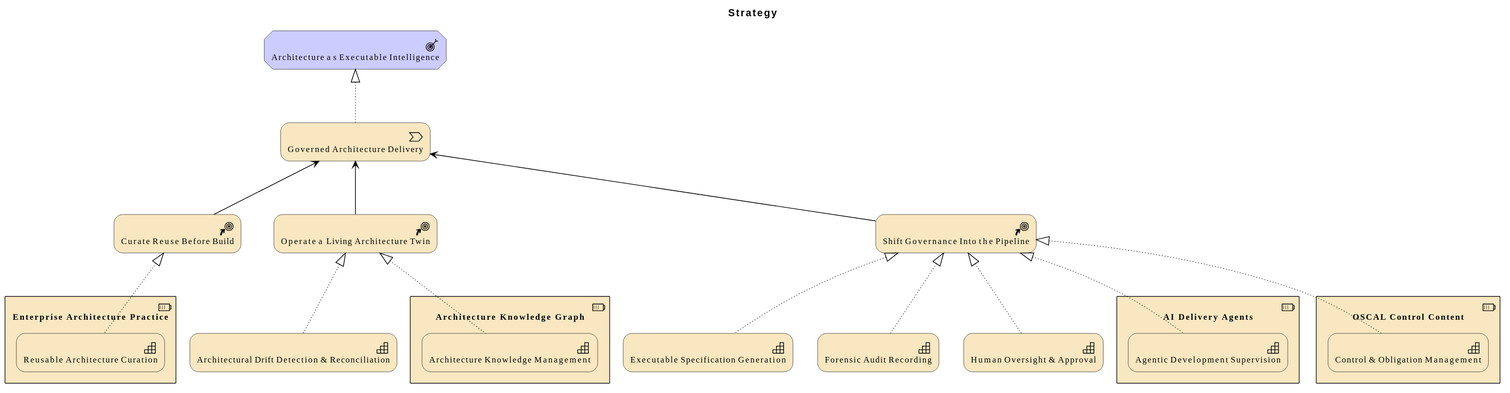
Before: architecture/model/diagrams/vision/4-strategy.svg, a diagram exported from PlantUML (wolffy-au/frictionless-architect).
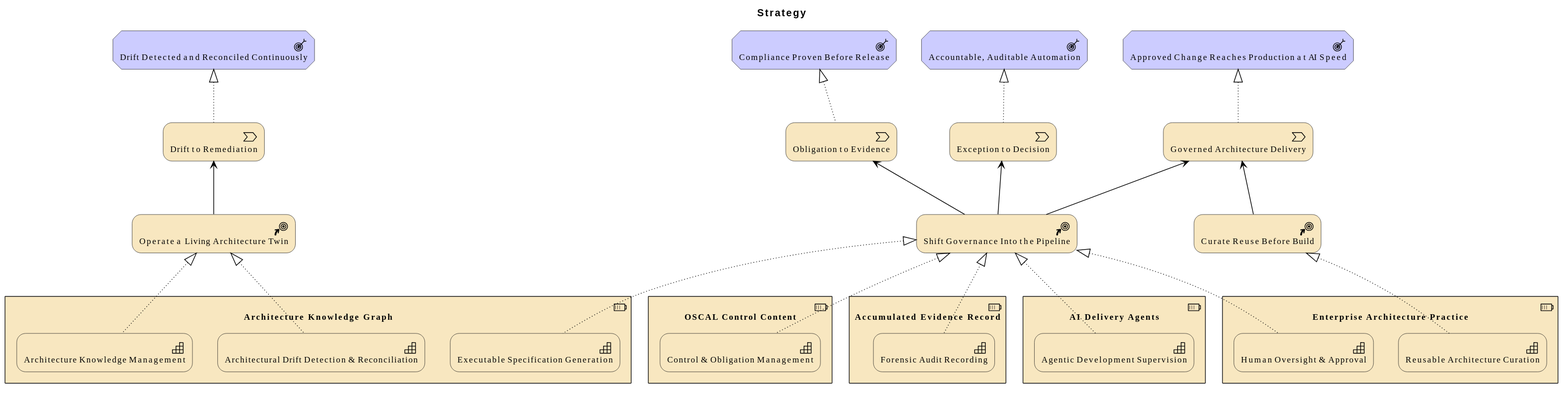
Later version of the same file.

Diff of the diagram source:
```diff
@@ -3,16 +3,17 @@
 
 title Strategy
 
-Motivation_Outcome(e_idfbcf1e02e62655, "Architecture as Executable Intelligence")
-Strategy_Capability(e_idafba1b4ab1e756, "Executable Specification Generation")
-Strategy_Capability(e_idc29413a2099958, "Forensic Audit Recording")
-Strategy_Capability(e_id41aa3eb894c852, "Architectural Drift Detection & Reconciliation")
-Strategy_Capability(e_id08f340a094e552, "Human Oversight & Approval")
+Motivation_Outcome(e_id79b6a1e545325d, "Drift Detected and Reconciled Continuously")
+Motivation_Outcome(e_id3be36e7ab88a59, "Approved Change Reaches Production at AI Speed")
+Motivation_Outcome(e_id4f39e9ec8e4656, "Compliance Proven Before Release")
+Motivation_Outcome(e_ide8275430b0ad5e, "Accountable, Auditable Automation")
 Strategy_CourseOfAction(e_ida9babe1fe97050, "Shift Governance Into the Pipeline")
 Strategy_CourseOfAction(e_id78f58d32222658, "Operate a Living Architecture Twin")
 Strategy_CourseOfAction(e_id0b01ce08664e58, "Curate Reuse Before Build")
 Strategy_Resource(e_id079f659ad9ac5c, "Architecture Knowledge Graph") {
   Strategy_Capability(e_id18ec07397a9d5f, "Architecture Knowledge Management")
+  Strategy_Capability(e_idafba1b4ab1e756, "Executable Specification Generation")
+  Strategy_Capability(e_id41aa3eb894c852, "Architectural Drift Detection & Reconciliation")
 }
 Strategy_Resource(e_id689bf38e5d8a56, "AI Delivery Agents") {
   Strategy_Capability(e_id4a1c34ab69d151, "Agentic Development Supervision")
@@ -22,8 +23,15 @@
 }
 Strategy_Resource(e_id55d6b63f66465b, "Enterprise Architecture Practice") {
   Strategy_Capability(e_id752d1de3794f5f, "Reusable Architecture Curation")
+  Strategy_Capability(e_id08f340a094e552, "Human Oversight & Approval")
+}
+Strategy_Resource(e_id24fcfedcc7a250, "Accumulated Evidence Record") {
+  Strategy_Capability(e_idc29413a2099958, "Forensic Audit Recording")
 }
 Strategy_ValueStream(e_idcd5e1d4017725d, "Governed Architecture Delivery")
+Strategy_ValueStream(e_id7ee8cdbf8ddc57, "Obligation to Evidence")
+Strategy_ValueStream(e_idc55b78731ffe56, "Exception to Decision")
+Strategy_ValueStream(e_idfa7e21ab28235c, "Drift to Remediation")
 
 Rel_Realization_Up(e_idafba1b4ab1e756, e_ida9babe1fe97050, "")
 Rel_Realization_Up(e_id4a1c34ab69d151, e_ida9babe1fe97050, "")
@@ -33,8 +41,13 @@
 Rel_Realization_Up(e_id18ec07397a9d5f, e_id78f58d32222658, "")
 Rel_Realization_Up(e_id41aa3eb894c852, e_id78f58d32222658, "")
 Rel_Realization_Up(e_id752d1de3794f5f, e_id0b01ce08664e58, "")
+Rel_Serving_Up(e_id0b01ce08664e58, e_idcd5e1d4017725d, "")
 Rel_Serving_Up(e_ida9babe1fe97050, e_idcd5e1d4017725d, "")
-Rel_Serving_Up(e_id78f58d32222658, e_idcd5e1d4017725d, "")
-Rel_Serving_Up(e_id0b01ce08664e58, e_idcd5e1d4017725d, "")
-Rel_Realization_Up(e_idcd5e1d4017725d, e_idfbcf1e02e62655, "")
+Rel_Serving_Up(e_ida9babe1fe97050, e_id7ee8cdbf8ddc57, "")
+Rel_Serving_Up(e_ida9babe1fe97050, e_idc55b78731ffe56, "")
+Rel_Serving_Up(e_id78f58d32222658, e_idfa7e21ab28235c, "")
+Rel_Realization_Up(e_idcd5e1d4017725d, e_id3be36e7ab88a59, "")
+Rel_Realization_Up(e_id7ee8cdbf8ddc57, e_id4f39e9ec8e4656, "")
+Rel_Realization_Up(e_idc55b78731ffe56, e_ide8275430b0ad5e, "")
+Rel_Realization_Up(e_idfa7e21ab28235c, e_id79b6a1e545325d, "")
 @enduml
```
